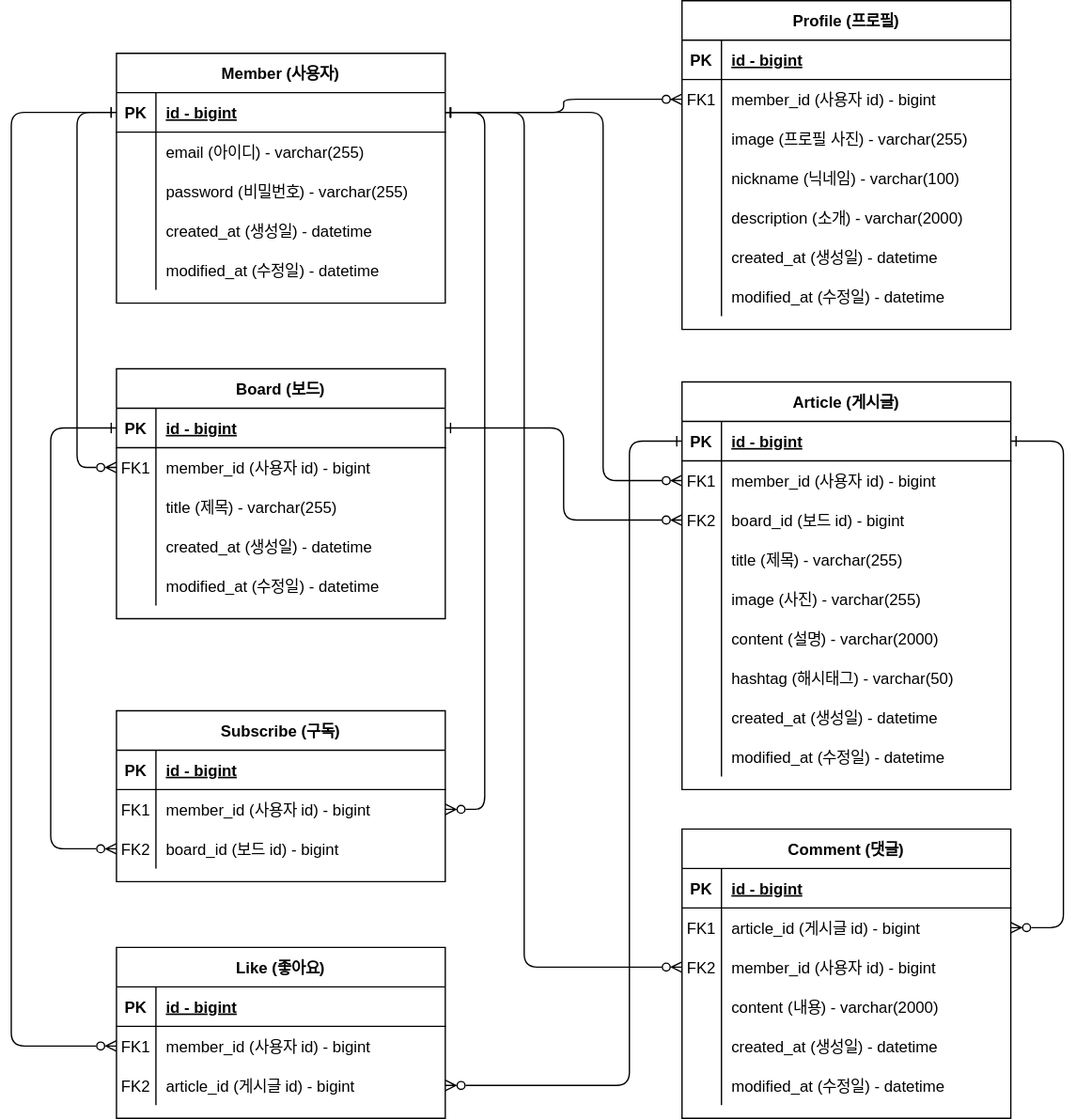
The draw.io diagram document/erd.svg in yessm621/pinterest, before a commit. Source tidied: cells renumbered, new cells last; positions are measured from the earlier drawing's top-left corner, leaving out a move shared by most shapes.
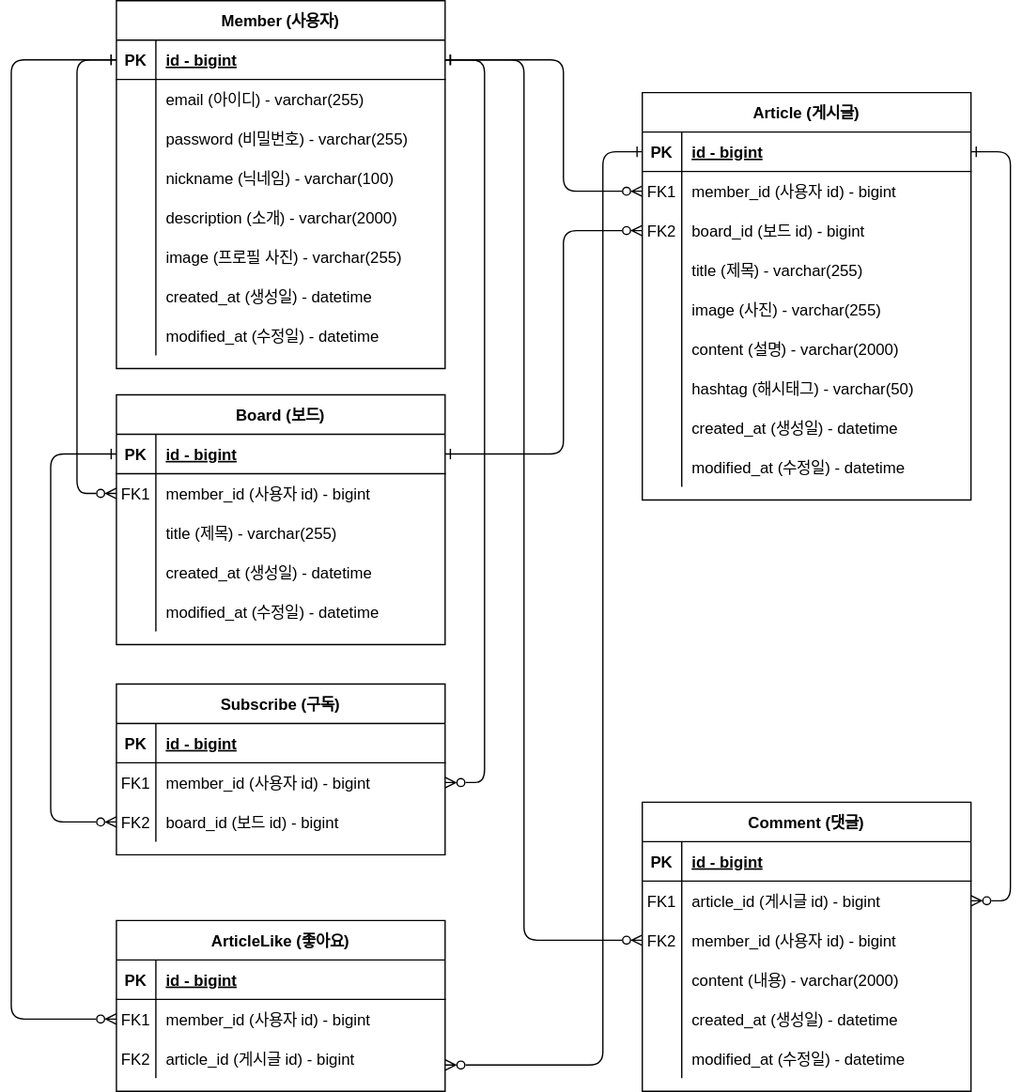
Above is the later version.

Change to the diagram source:
```diff
@@ -2,77 +2,8 @@
   <root>
     <mxCell id="0" />
     <mxCell id="1" parent="0" />
-    <mxCell id="2" style="edgeStyle=orthogonalEdgeStyle;endArrow=ERzeroToMany;startArrow=ERone;endFill=1;startFill=0;" parent="1" edge="1" source="54" target="7">
-      <mxGeometry relative="1" as="geometry" />
-    </mxCell>
-    <mxCell id="3" value="Profile (프로필)" style="shape=table;startSize=30;rowLines=0;fontStyle=1;align=center;" parent="1" vertex="1">
-      <mxGeometry x="510" width="250" height="250" as="geometry" />
-    </mxCell>
-    <mxCell id="4" style="shape=partialRectangle;fillColor=none;top=0;left=0;right=0;bottom=1;" parent="3" vertex="1">
-      <mxGeometry y="30" width="250" height="30" as="geometry" />
-    </mxCell>
-    <mxCell id="5" value="PK" style="shape=partialRectangle;overflow=hidden;fillColor=none;top=0;left=0;bottom=0;right=0;fontStyle=1;" parent="4" vertex="1">
-      <mxGeometry width="30" height="30" as="geometry" />
-    </mxCell>
-    <mxCell id="6" value="id - bigint" style="shape=partialRectangle;overflow=hidden;fillColor=none;top=0;left=0;bottom=0;right=0;align=left;spacingLeft=6;fontStyle=5;" parent="4" vertex="1">
-      <mxGeometry x="30" width="220" height="30" as="geometry" />
-    </mxCell>
-    <mxCell id="7" style="shape=partialRectangle;fillColor=none;points=[[0,0.5],[1,0.5]];portConstraint=eastwest;top=0;left=0;right=0;bottom=0;" parent="3" vertex="1">
-      <mxGeometry y="60" width="250" height="30" as="geometry" />
-    </mxCell>
-    <mxCell id="8" value="FK1" style="shape=partialRectangle;overflow=hidden;fillColor=none;top=0;left=0;bottom=0;right=0;" parent="7" vertex="1">
-      <mxGeometry width="30" height="30" as="geometry" />
-    </mxCell>
-    <mxCell id="9" value="member_id (사용자 id) - bigint" style="shape=partialRectangle;overflow=hidden;fillColor=none;top=0;left=0;bottom=0;right=0;align=left;spacingLeft=6;" parent="7" vertex="1">
-      <mxGeometry x="30" width="220" height="30" as="geometry" />
-    </mxCell>
-    <mxCell id="10" style="shape=partialRectangle;fillColor=none;top=0;left=0;right=0;bottom=0;" parent="3" vertex="1">
-      <mxGeometry y="90" width="250" height="30" as="geometry" />
-    </mxCell>
-    <mxCell id="11" style="shape=partialRectangle;overflow=hidden;fillColor=none;top=0;left=0;bottom=0;right=0;" parent="10" vertex="1">
-      <mxGeometry width="30" height="30" as="geometry" />
-    </mxCell>
-    <mxCell id="12" value="image (프로필 사진) - varchar(255)" style="shape=partialRectangle;overflow=hidden;fillColor=none;top=0;left=0;bottom=0;right=0;align=left;spacingLeft=6;" parent="10" vertex="1">
-      <mxGeometry x="30" width="220" height="30" as="geometry" />
-    </mxCell>
-    <mxCell id="13" style="shape=partialRectangle;fillColor=none;top=0;left=0;right=0;bottom=0;" parent="3" vertex="1">
-      <mxGeometry y="120" width="250" height="30" as="geometry" />
-    </mxCell>
-    <mxCell id="14" style="shape=partialRectangle;overflow=hidden;fillColor=none;top=0;left=0;bottom=0;right=0;" parent="13" vertex="1">
-      <mxGeometry width="30" height="30" as="geometry" />
-    </mxCell>
-    <mxCell id="15" value="nickname (닉네임) - varchar(100)" style="shape=partialRectangle;overflow=hidden;fillColor=none;top=0;left=0;bottom=0;right=0;align=left;spacingLeft=6;" parent="13" vertex="1">
-      <mxGeometry x="30" width="220" height="30" as="geometry" />
-    </mxCell>
-    <mxCell id="16" style="shape=partialRectangle;fillColor=none;top=0;left=0;right=0;bottom=0;" parent="3" vertex="1">
-      <mxGeometry y="150" width="250" height="30" as="geometry" />
-    </mxCell>
-    <mxCell id="17" style="shape=partialRectangle;overflow=hidden;fillColor=none;top=0;left=0;bottom=0;right=0;" parent="16" vertex="1">
-      <mxGeometry width="30" height="30" as="geometry" />
-    </mxCell>
-    <mxCell id="18" value="description (소개) - varchar(2000)" style="shape=partialRectangle;overflow=hidden;fillColor=none;top=0;left=0;bottom=0;right=0;align=left;spacingLeft=6;" parent="16" vertex="1">
-      <mxGeometry x="30" width="220" height="30" as="geometry" />
-    </mxCell>
-    <mxCell id="19" style="shape=partialRectangle;fillColor=none;top=0;left=0;right=0;bottom=0;" parent="3" vertex="1">
-      <mxGeometry y="180" width="250" height="30" as="geometry" />
-    </mxCell>
-    <mxCell id="20" style="shape=partialRectangle;overflow=hidden;fillColor=none;top=0;left=0;bottom=0;right=0;" parent="19" vertex="1">
-      <mxGeometry width="30" height="30" as="geometry" />
-    </mxCell>
-    <mxCell id="21" value="created_at (생성일) - datetime" style="shape=partialRectangle;overflow=hidden;fillColor=none;top=0;left=0;bottom=0;right=0;align=left;spacingLeft=6;" parent="19" vertex="1">
-      <mxGeometry x="30" width="220" height="30" as="geometry" />
-    </mxCell>
-    <mxCell id="22" style="shape=partialRectangle;fillColor=none;top=0;left=0;right=0;bottom=0;" parent="3" vertex="1">
-      <mxGeometry y="210" width="250" height="30" as="geometry" />
-    </mxCell>
-    <mxCell id="23" style="shape=partialRectangle;overflow=hidden;fillColor=none;top=0;left=0;bottom=0;right=0;" parent="22" vertex="1">
-      <mxGeometry width="30" height="30" as="geometry" />
-    </mxCell>
-    <mxCell id="24" value="modified_at (수정일) - datetime" style="shape=partialRectangle;overflow=hidden;fillColor=none;top=0;left=0;bottom=0;right=0;align=left;spacingLeft=6;" parent="22" vertex="1">
-      <mxGeometry x="30" width="220" height="30" as="geometry" />
-    </mxCell>
     <mxCell id="25" value="Article (게시글)" style="shape=table;startSize=30;rowLines=0;fontStyle=1;align=center;" parent="1" vertex="1">
-      <mxGeometry x="510" y="290" width="250" height="310" as="geometry" />
+      <mxGeometry x="480" y="50" width="250" height="310" as="geometry" />
     </mxCell>
     <mxCell id="26" style="shape=partialRectangle;fillColor=none;points=[[0,0.5],[1,0.5]];portConstraint=eastwest;top=0;left=0;right=0;bottom=1;" parent="25" vertex="1">
       <mxGeometry y="30" width="250" height="30" as="geometry" />
@@ -156,7 +87,7 @@
       <mxGeometry x="30" width="220" height="30" as="geometry" />
     </mxCell>
     <mxCell id="53" value="Member (사용자)" style="shape=table;startSize=30;rowLines=0;fontStyle=1;align=center;" parent="1" vertex="1">
-      <mxGeometry x="80" y="40" width="250" height="190" as="geometry" />
+      <mxGeometry x="80" y="-20" width="250" height="280" as="geometry" />
     </mxCell>
     <mxCell id="54" style="shape=partialRectangle;fillColor=none;points=[[0,0.5],[1,0.5]];portConstraint=eastwest;top=0;left=0;right=0;bottom=1;" parent="53" vertex="1">
       <mxGeometry y="30" width="250" height="30" as="geometry" />
@@ -185,8 +116,35 @@
     <mxCell id="62" value="password (비밀번호) - varchar(255)" style="shape=partialRectangle;overflow=hidden;fillColor=none;top=0;left=0;bottom=0;right=0;align=left;spacingLeft=6;" parent="60" vertex="1">
       <mxGeometry x="30" width="220" height="30" as="geometry" />
     </mxCell>
+    <mxCell id="13" style="shape=partialRectangle;fillColor=none;top=0;left=0;right=0;bottom=0;" parent="53" vertex="1">
+      <mxGeometry y="120" width="250" height="30" as="geometry" />
+    </mxCell>
+    <mxCell id="133" style="shape=partialRectangle;overflow=hidden;fillColor=none;top=0;left=0;bottom=0;right=0;" parent="13" vertex="1">
+      <mxGeometry width="30" height="30" as="geometry" />
+    </mxCell>
+    <mxCell id="15" value="nickname (닉네임) - varchar(100)" style="shape=partialRectangle;overflow=hidden;fillColor=none;top=0;left=0;bottom=0;right=0;align=left;spacingLeft=6;" parent="13" vertex="1">
+      <mxGeometry x="30" width="220" height="30" as="geometry" />
+    </mxCell>
+    <mxCell id="16" style="shape=partialRectangle;fillColor=none;top=0;left=0;right=0;bottom=0;" parent="53" vertex="1">
+      <mxGeometry y="150" width="250" height="30" as="geometry" />
+    </mxCell>
+    <mxCell id="134" style="shape=partialRectangle;overflow=hidden;fillColor=none;top=0;left=0;bottom=0;right=0;" parent="16" vertex="1">
+      <mxGeometry width="30" height="30" as="geometry" />
+    </mxCell>
+    <mxCell id="18" value="description (소개) - varchar(2000)" style="shape=partialRectangle;overflow=hidden;fillColor=none;top=0;left=0;bottom=0;right=0;align=left;spacingLeft=6;" parent="16" vertex="1">
+      <mxGeometry x="30" width="220" height="30" as="geometry" />
+    </mxCell>
+    <mxCell id="19" style="shape=partialRectangle;fillColor=none;top=0;left=0;right=0;bottom=0;" parent="53" vertex="1">
+      <mxGeometry y="180" width="250" height="30" as="geometry" />
+    </mxCell>
+    <mxCell id="135" style="shape=partialRectangle;overflow=hidden;fillColor=none;top=0;left=0;bottom=0;right=0;" parent="19" vertex="1">
+      <mxGeometry width="30" height="30" as="geometry" />
+    </mxCell>
+    <mxCell id="12" value="image (프로필 사진) - varchar(255)" style="shape=partialRectangle;overflow=hidden;fillColor=none;top=0;left=0;bottom=0;right=0;align=left;spacingLeft=6;" parent="19" vertex="1">
+      <mxGeometry x="30" width="220" height="30" as="geometry" />
+    </mxCell>
     <mxCell id="63" style="shape=partialRectangle;fillColor=none;top=0;left=0;right=0;bottom=0;" parent="53" vertex="1">
-      <mxGeometry y="120" width="250" height="30" as="geometry" />
+      <mxGeometry y="210" width="250" height="30" as="geometry" />
     </mxCell>
     <mxCell id="64" style="shape=partialRectangle;overflow=hidden;fillColor=none;top=0;left=0;bottom=0;right=0;" parent="63" vertex="1">
       <mxGeometry width="30" height="30" as="geometry" />
@@ -195,7 +153,7 @@
       <mxGeometry x="30" width="220" height="30" as="geometry" />
     </mxCell>
     <mxCell id="66" style="shape=partialRectangle;fillColor=none;top=0;left=0;right=0;bottom=0;" parent="53" vertex="1">
-      <mxGeometry y="150" width="250" height="30" as="geometry" />
+      <mxGeometry y="240" width="250" height="30" as="geometry" />
     </mxCell>
     <mxCell id="67" style="shape=partialRectangle;overflow=hidden;fillColor=none;top=0;left=0;bottom=0;right=0;" parent="66" vertex="1">
       <mxGeometry width="30" height="30" as="geometry" />
@@ -252,7 +210,7 @@
       <mxGeometry x="30" width="220" height="30" as="geometry" />
     </mxCell>
     <mxCell id="85" value="Comment (댓글)" style="shape=table;startSize=30;rowLines=0;fontStyle=1;align=center;" parent="1" vertex="1">
-      <mxGeometry x="510" y="630" width="250" height="220" as="geometry" />
+      <mxGeometry x="480" y="590" width="250" height="220" as="geometry" />
     </mxCell>
     <mxCell id="86" style="shape=partialRectangle;fillColor=none;top=0;left=0;right=0;bottom=1;" parent="85" vertex="1">
       <mxGeometry y="30" width="250" height="30" as="geometry" />
@@ -309,7 +267,7 @@
       <mxGeometry x="30" width="220" height="30" as="geometry" />
     </mxCell>
     <mxCell id="104" value="Subscribe (구독)" style="shape=table;startSize=30;rowLines=0;fontStyle=1;align=center;" parent="1" vertex="1">
-      <mxGeometry x="80" y="540" width="250" height="130" as="geometry" />
+      <mxGeometry x="80" y="500" width="250" height="130" as="geometry" />
     </mxCell>
     <mxCell id="105" style="shape=partialRectangle;fillColor=none;top=0;left=0;right=0;bottom=1;" parent="104" vertex="1">
       <mxGeometry y="30" width="250" height="30" as="geometry" />
@@ -338,8 +296,8 @@
     <mxCell id="113" value="board_id (보드 id) - bigint" style="shape=partialRectangle;overflow=hidden;fillColor=none;top=0;left=0;bottom=0;right=0;align=left;spacingLeft=6;" parent="111" vertex="1">
       <mxGeometry x="30" width="220" height="30" as="geometry" />
     </mxCell>
-    <mxCell id="114" value="Like (좋아요)" style="shape=table;startSize=30;rowLines=0;fontStyle=1;align=center;" parent="1" vertex="1">
-      <mxGeometry x="80" y="720" width="250" height="130" as="geometry" />
+    <mxCell id="114" value="ArticleLike (좋아요)" style="shape=table;startSize=30;rowLines=0;fontStyle=1;align=center;" parent="1" vertex="1">
+      <mxGeometry x="80" y="680" width="250" height="130" as="geometry" />
     </mxCell>
     <mxCell id="115" style="shape=partialRectangle;fillColor=none;top=0;left=0;right=0;bottom=1;" parent="114" vertex="1">
       <mxGeometry y="30" width="250" height="30" as="geometry" />
@@ -371,7 +329,7 @@
     <mxCell id="124" style="edgeStyle=orthogonalEdgeStyle;rounded=1;jettySize=auto;html=1;exitX=0;exitY=0.5;exitDx=0;exitDy=0;entryX=0;entryY=0.5;entryDx=0;entryDy=0;startArrow=ERone;startFill=0;endArrow=ERzeroToMany;endFill=0;" parent="1" edge="1" source="54" target="73">
       <mxGeometry relative="1" as="geometry">
         <Array as="points">
-          <mxPoint x="50" y="85" />
+          <mxPoint x="50" y="25" />
           <mxPoint x="50" y="355" />
         </Array>
       </mxGeometry>
@@ -379,51 +337,56 @@
     <mxCell id="125" style="edgeStyle=orthogonalEdgeStyle;shape=connector;rounded=1;jettySize=auto;html=1;exitX=1;exitY=0.5;exitDx=0;exitDy=0;entryX=0;entryY=0.5;entryDx=0;entryDy=0;labelBackgroundColor=default;strokeColor=default;fontFamily=Helvetica;fontSize=11;fontColor=default;startArrow=ERone;startFill=0;endArrow=ERzeroToMany;endFill=0;" parent="1" edge="1" source="54" target="29">
       <mxGeometry relative="1" as="geometry">
         <Array as="points">
-          <mxPoint x="450" y="85" />
-          <mxPoint x="450" y="365" />
+          <mxPoint x="420" y="25" />
+          <mxPoint x="420" y="125" />
         </Array>
       </mxGeometry>
     </mxCell>
     <mxCell id="126" style="edgeStyle=orthogonalEdgeStyle;shape=connector;rounded=1;jettySize=auto;html=1;exitX=1;exitY=0.5;exitDx=0;exitDy=0;entryX=0;entryY=0.5;entryDx=0;entryDy=0;labelBackgroundColor=default;strokeColor=default;fontFamily=Helvetica;fontSize=11;fontColor=default;startArrow=ERone;startFill=0;endArrow=ERzeroToMany;endFill=0;" parent="1" edge="1" source="70" target="32">
-      <mxGeometry relative="1" as="geometry" />
+      <mxGeometry relative="1" as="geometry">
+        <Array as="points">
+          <mxPoint x="420" y="325" />
+          <mxPoint x="420" y="155" />
+        </Array>
+      </mxGeometry>
     </mxCell>
     <mxCell id="127" style="edgeStyle=orthogonalEdgeStyle;shape=connector;rounded=1;jettySize=auto;html=1;exitX=1;exitY=0.5;exitDx=0;exitDy=0;entryX=1;entryY=0.5;entryDx=0;entryDy=0;labelBackgroundColor=default;strokeColor=default;fontFamily=Helvetica;fontSize=11;fontColor=default;startArrow=ERone;startFill=0;endArrow=ERzeroToMany;endFill=0;" parent="1" edge="1" source="26" target="89">
       <mxGeometry relative="1" as="geometry">
         <Array as="points">
-          <mxPoint x="800" y="335" />
-          <mxPoint x="800" y="705" />
+          <mxPoint x="760" y="95" />
+          <mxPoint x="760" y="665" />
         </Array>
       </mxGeometry>
     </mxCell>
     <mxCell id="128" style="edgeStyle=orthogonalEdgeStyle;shape=connector;rounded=1;jettySize=auto;html=1;exitX=1;exitY=0.5;exitDx=0;exitDy=0;entryX=0;entryY=0.5;entryDx=0;entryDy=0;labelBackgroundColor=default;strokeColor=default;fontFamily=Helvetica;fontSize=11;fontColor=default;startArrow=ERone;startFill=0;endArrow=ERzeroToMany;endFill=0;" parent="1" edge="1" source="54" target="92">
       <mxGeometry relative="1" as="geometry">
         <Array as="points">
-          <mxPoint x="390" y="85" />
-          <mxPoint x="390" y="735" />
+          <mxPoint x="390" y="25" />
+          <mxPoint x="390" y="695" />
         </Array>
       </mxGeometry>
     </mxCell>
     <mxCell id="129" style="edgeStyle=orthogonalEdgeStyle;rounded=1;jettySize=auto;html=1;exitX=1;exitY=0.5;exitDx=0;exitDy=0;entryX=1;entryY=0.5;entryDx=0;entryDy=0;startArrow=ERone;startFill=0;endArrow=ERzeroToMany;endFill=0;" parent="1" edge="1" source="54" target="108">
       <mxGeometry relative="1" as="geometry">
         <Array as="points">
-          <mxPoint x="360" y="85" />
-          <mxPoint x="360" y="615" />
+          <mxPoint x="360" y="25" />
+          <mxPoint x="360" y="575" />
         </Array>
       </mxGeometry>
     </mxCell>
     <mxCell id="130" style="edgeStyle=orthogonalEdgeStyle;shape=connector;rounded=1;jettySize=auto;html=1;exitX=0;exitY=0.5;exitDx=0;exitDy=0;entryX=0;entryY=0.5;entryDx=0;entryDy=0;labelBackgroundColor=default;strokeColor=default;fontFamily=Helvetica;fontSize=11;fontColor=default;startArrow=ERone;startFill=0;endArrow=ERzeroToMany;endFill=0;" parent="1" edge="1" source="54" target="118">
       <mxGeometry relative="1" as="geometry">
         <Array as="points">
-          <mxPoint y="85" />
-          <mxPoint y="795" />
+          <mxPoint y="25" />
+          <mxPoint y="755" />
         </Array>
       </mxGeometry>
     </mxCell>
     <mxCell id="131" style="edgeStyle=orthogonalEdgeStyle;shape=connector;rounded=1;jettySize=auto;html=1;exitX=0;exitY=0.5;exitDx=0;exitDy=0;labelBackgroundColor=default;strokeColor=default;fontFamily=Helvetica;fontSize=11;fontColor=default;startArrow=ERone;startFill=0;endArrow=ERzeroToMany;endFill=0;" parent="1" edge="1" source="26" target="121">
       <mxGeometry relative="1" as="geometry">
         <Array as="points">
-          <mxPoint x="470" y="335" />
-          <mxPoint x="470" y="825" />
+          <mxPoint x="450" y="95" />
+          <mxPoint x="450" y="790" />
         </Array>
       </mxGeometry>
     </mxCell>
@@ -431,7 +394,7 @@
       <mxGeometry relative="1" as="geometry">
         <Array as="points">
           <mxPoint x="30" y="325" />
-          <mxPoint x="30" y="645" />
+          <mxPoint x="30" y="605" />
         </Array>
       </mxGeometry>
     </mxCell>
```
